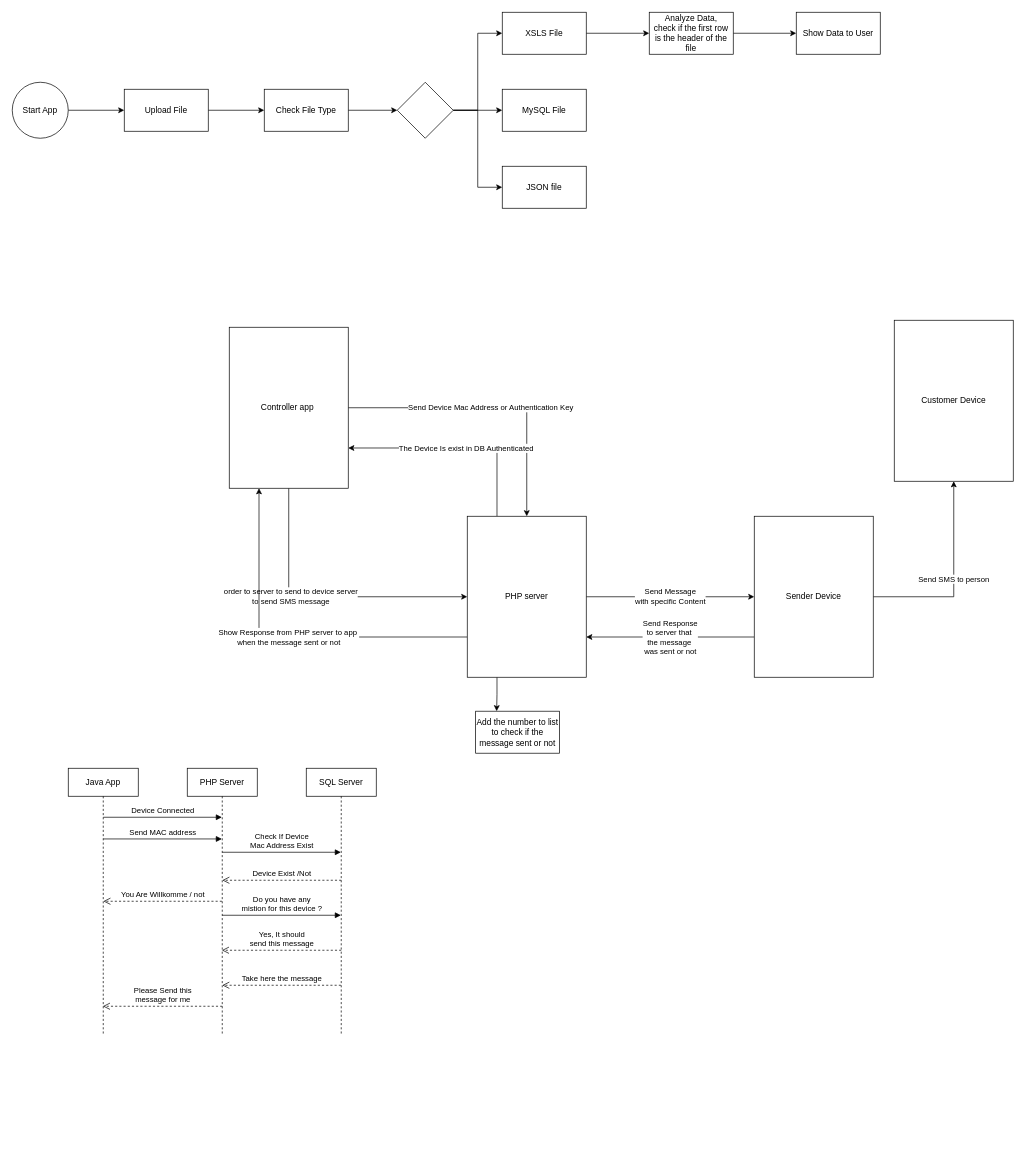
ahmadtechnik/CustomerReminder keeps this draw.io diagram as page "Use Case" (1 of 3) of CustomerReminderDiagram.drawio. Above is the earlier version. Source tidied: cells renumbered, new cells numbered last; positions are measured from the earlier drawing's top-left corner, leaving out a move shared by most shapes. Both pictures are drawn from the tidied source at 70%, with x=0, y=0 at pixel (12, 12).
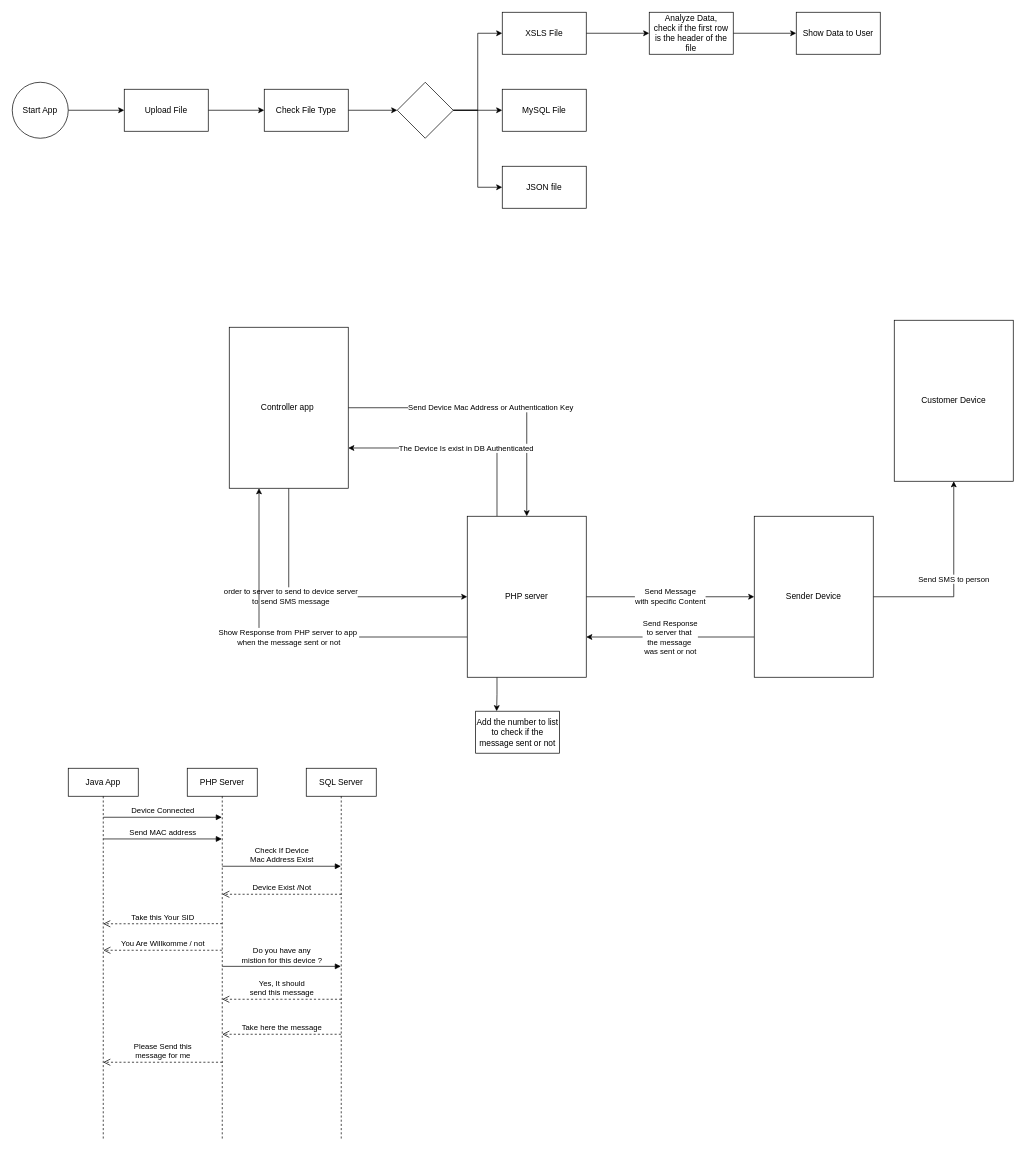
The same diagram, later.

The edit, as a diff of the source:
```diff
@@
     <mxCell id="32" value="PHP Server" style="shape=umlLifeline;perimeter=lifelinePerimeter;whiteSpace=wrap;html=1;outlineConnect=0;" parent="1" vertex="1">
-      <mxGeometry x="250" y="1080" width="100" height="380" as="geometry" />
+      <mxGeometry x="250" y="1080" width="100" height="530" as="geometry" />
     </mxCell>
-    <mxCell id="33" value="Do you have any&lt;br&gt;mistion for this device ?" style="html=1;verticalAlign=bottom;endArrow=block;" parent="32" edge="1" target="38">
+    <mxCell id="33" value="Do you have any&lt;br&gt;mistion for this device ?" style="html=1;verticalAlign=bottom;endArrow=block;" parent="32" edge="1">
       <mxGeometry relative="1" as="geometry">
-        <mxPoint x="50" y="210" as="sourcePoint" />
+        <mxPoint x="50" y="283" as="sourcePoint" />
+        <mxPoint x="219.5" y="283" as="targetPoint" />
       </mxGeometry>
     </mxCell>
-    <mxCell id="34" value="Take here the message" style="html=1;verticalAlign=bottom;endArrow=open;dashed=1;endSize=8;" parent="32" edge="1" source="38">
+    <mxCell id="34" value="Take here the message" style="html=1;verticalAlign=bottom;endArrow=open;dashed=1;endSize=8;" parent="32" edge="1">
       <mxGeometry relative="1" as="geometry">
-        <mxPoint x="50" y="310" as="targetPoint" />
+        <mxPoint x="219.5" y="380" as="sourcePoint" />
+        <mxPoint x="50" y="380" as="targetPoint" />
       </mxGeometry>
     </mxCell>
     <mxCell id="35" value="Java App" style="shape=umlLifeline;perimeter=lifelinePerimeter;whiteSpace=wrap;html=1;outlineConnect=0;" parent="1" vertex="1">
-      <mxGeometry x="80" y="1080" width="100" height="380" as="geometry" />
+      <mxGeometry x="80" y="1080" width="100" height="530" as="geometry" />
     </mxCell>
@@
     <mxCell id="38" value="SQL Server" style="shape=umlLifeline;perimeter=lifelinePerimeter;whiteSpace=wrap;html=1;outlineConnect=0;" parent="1" vertex="1">
-      <mxGeometry x="420" y="1080" width="100" height="380" as="geometry" />
+      <mxGeometry x="420" y="1080" width="100" height="530" as="geometry" />
     </mxCell>
     <mxCell id="39" value="Check If Device &lt;br&gt;Mac Address Exist" style="html=1;verticalAlign=bottom;endArrow=block;" parent="1" edge="1">
       <mxGeometry relative="1" as="geometry">
-        <mxPoint x="300.1" y="1200" as="sourcePoint" />
-        <mxPoint x="469.5" y="1200" as="targetPoint" />
+        <mxPoint x="300.1" y="1220" as="sourcePoint" />
+        <mxPoint x="469.5" y="1220" as="targetPoint" />
       </mxGeometry>
     </mxCell>
     <mxCell id="40" value="Device Exist /Not" style="html=1;verticalAlign=bottom;endArrow=open;dashed=1;endSize=8;" parent="1" edge="1">
       <mxGeometry relative="1" as="geometry">
-        <mxPoint x="470" y="1240" as="sourcePoint" />
-        <mxPoint x="300.1" y="1240" as="targetPoint" />
+        <mxPoint x="470" y="1260" as="sourcePoint" />
+        <mxPoint x="300.1" y="1260" as="targetPoint" />
       </mxGeometry>
     </mxCell>
     <mxCell id="41" value="You Are Willkomme / not" style="html=1;verticalAlign=bottom;endArrow=open;dashed=1;endSize=8;" parent="1" edge="1">
       <mxGeometry relative="1" as="geometry">
-        <mxPoint x="299.5" y="1270" as="sourcePoint" />
-        <mxPoint x="130.2" y="1270" as="targetPoint" />
+        <mxPoint x="299.5" y="1340" as="sourcePoint" />
+        <mxPoint x="130.2" y="1340" as="targetPoint" />
       </mxGeometry>
     </mxCell>
-    <mxCell id="42" value="Yes, It should &lt;br&gt;send this message" style="html=1;verticalAlign=bottom;endArrow=open;dashed=1;endSize=8;" parent="1" edge="1" target="32">
+    <mxCell id="42" value="Yes, It should &lt;br&gt;send this message" style="html=1;verticalAlign=bottom;endArrow=open;dashed=1;endSize=8;" parent="1" edge="1">
       <mxGeometry relative="1" as="geometry">
-        <mxPoint x="470" y="1340" as="sourcePoint" />
+        <mxPoint x="470" y="1410" as="sourcePoint" />
+        <mxPoint x="300" y="1410" as="targetPoint" />
       </mxGeometry>
     </mxCell>
-    <mxCell id="43" value="Please Send this&lt;br&gt;message for me" style="html=1;verticalAlign=bottom;endArrow=open;dashed=1;endSize=8;" parent="1" edge="1" target="35">
+    <mxCell id="43" value="Please Send this&lt;br&gt;message for me" style="html=1;verticalAlign=bottom;endArrow=open;dashed=1;endSize=8;" parent="1" edge="1">
       <mxGeometry relative="1" as="geometry">
-        <mxPoint x="300" y="1420" as="sourcePoint" />
+        <mxPoint x="300" y="1500" as="sourcePoint" />
+        <mxPoint x="130" y="1500" as="targetPoint" />
       </mxGeometry>
     </mxCell>
+    <mxCell id="44" value="Take this Your SID" style="html=1;verticalAlign=bottom;endArrow=open;dashed=1;endSize=8;entryX=0.5;entryY=0.34;entryDx=0;entryDy=0;entryPerimeter=0;" parent="1" edge="1">
+      <mxGeometry relative="1" as="geometry">
+        <mxPoint x="300" y="1302" as="sourcePoint" />
+        <mxPoint x="130" y="1302.2" as="targetPoint" />
+      </mxGeometry>
+    </mxCell>
```
